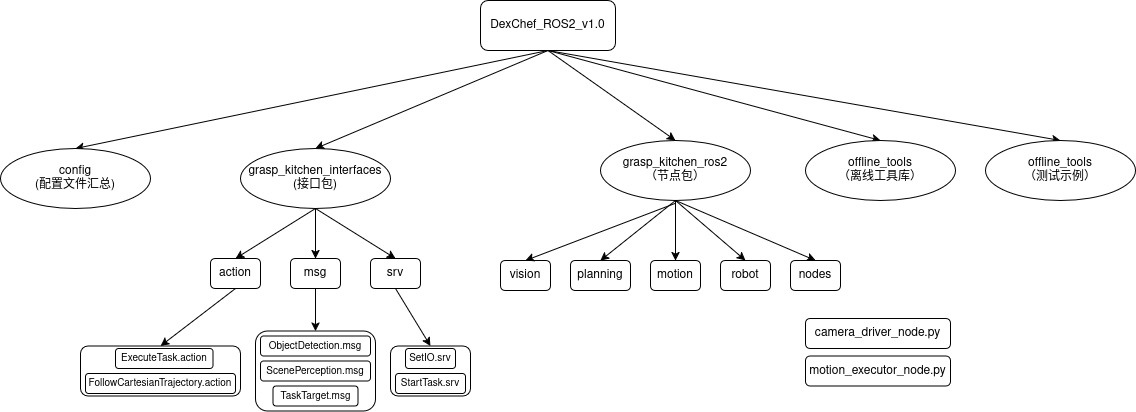
Above: DexChef.png in kim-os/dexchef_ros2 (draw.io), before the change. Source tidied: cells renumbered, new cells last; positions are measured from the earlier drawing's top-left corner, leaving out a move shared by most shapes.
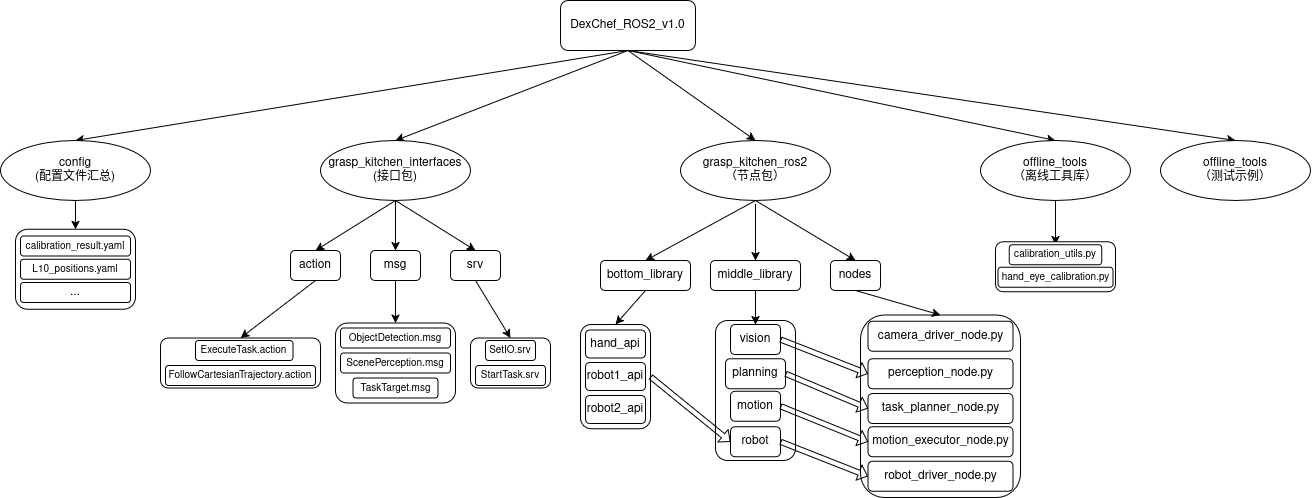
The same file after the commit.

What changed in the source:
```diff
@@ -2,6 +2,15 @@
   <root>
     <mxCell id="0" />
     <mxCell id="1" parent="0" />
+    <mxCell id="44" style="rounded=1;whiteSpace=wrap;html=1;" parent="1" vertex="1">
+      <mxGeometry x="500" y="332" width="70" height="104.2" as="geometry" />
+    </mxCell>
+    <mxCell id="45" style="rounded=1;whiteSpace=wrap;html=1;" parent="1" vertex="1">
+      <mxGeometry x="635" y="328" width="80" height="140" as="geometry" />
+    </mxCell>
+    <mxCell id="46" style="rounded=1;whiteSpace=wrap;html=1;" parent="1" vertex="1">
+      <mxGeometry x="780" y="322.5" width="160" height="182.5" as="geometry" />
+    </mxCell>
     <mxCell id="2" style="rounded=1;whiteSpace=wrap;html=1;" parent="1" vertex="1">
       <mxGeometry x="390" y="345.5" width="80" height="50" as="geometry" />
     </mxCell>
@@ -15,7 +24,7 @@
       <mxGeometry relative="1" as="geometry" />
     </mxCell>
     <mxCell id="6" value="DexChef_ROS2_v1.0" style="rounded=1;whiteSpace=wrap;html=1;" parent="1" vertex="1">
-      <mxGeometry x="480" width="135" height="50" as="geometry" />
+      <mxGeometry x="480" y="8" width="135" height="50" as="geometry" />
     </mxCell>
     <mxCell id="7" style="rounded=0;jettySize=auto;html=1;exitX=0.5;exitY=1;exitDx=0;exitDy=0;entryX=0.5;entryY=0;entryDx=0;entryDy=0;" parent="1" edge="1" source="8" target="12">
       <mxGeometry relative="1" as="geometry" />
@@ -26,8 +35,11 @@
     <mxCell id="9" style="rounded=0;jettySize=auto;html=1;exitX=0.5;exitY=1;exitDx=0;exitDy=0;entryX=0.5;entryY=0;entryDx=0;entryDy=0;" parent="1" edge="1" source="6" target="10">
       <mxGeometry relative="1" as="geometry" />
     </mxCell>
+    <mxCell id="47" style="rounded=0;jettySize=auto;html=1;exitX=0.5;exitY=1;exitDx=0;exitDy=0;entryX=0.5;entryY=0;entryDx=0;entryDy=0;" parent="1" edge="1" source="10" target="57">
+      <mxGeometry relative="1" as="geometry" />
+    </mxCell>
     <mxCell id="10" value="&lt;div&gt;grasp_kitchen_ros2&lt;/div&gt;（节点包）" style="ellipse;whiteSpace=wrap;html=1;" parent="1" vertex="1">
-      <mxGeometry x="600" y="140" width="150" height="60" as="geometry" />
+      <mxGeometry x="600" y="148" width="150" height="60" as="geometry" />
     </mxCell>
     <mxCell id="11" style="rounded=0;jettySize=auto;html=1;exitX=0.5;exitY=1;exitDx=0;exitDy=0;entryX=0.5;entryY=0;entryDx=0;entryDy=0;" parent="1" edge="1" source="12" target="4">
       <mxGeometry relative="1" as="geometry" />
@@ -77,58 +89,122 @@
     <mxCell id="26" style="rounded=0;jettySize=auto;html=1;exitX=0.5;exitY=1;exitDx=0;exitDy=0;entryX=0.5;entryY=0;entryDx=0;entryDy=0;" parent="1" edge="1" source="6" target="27">
       <mxGeometry relative="1" as="geometry" />
     </mxCell>
+    <mxCell id="48" style="rounded=0;jettySize=auto;html=1;exitX=0.5;exitY=1;exitDx=0;exitDy=0;entryX=0.5;entryY=0;entryDx=0;entryDy=0;" parent="1" edge="1" source="27" target="72">
+      <mxGeometry relative="1" as="geometry" />
+    </mxCell>
     <mxCell id="27" value="&lt;div&gt;offline_tools&lt;/div&gt;（离线工具库）" style="ellipse;whiteSpace=wrap;html=1;" parent="1" vertex="1">
-      <mxGeometry x="805" y="140" width="150" height="60" as="geometry" />
+      <mxGeometry x="900" y="148" width="150" height="60" as="geometry" />
     </mxCell>
     <mxCell id="28" style="rounded=0;jettySize=auto;html=1;exitX=0.5;exitY=1;exitDx=0;exitDy=0;entryX=0.5;entryY=0;entryDx=0;entryDy=0;" parent="1" edge="1" source="6" target="29">
       <mxGeometry relative="1" as="geometry" />
     </mxCell>
+    <mxCell id="49" style="rounded=0;jettySize=auto;html=1;exitX=0.5;exitY=1;exitDx=0;exitDy=0;entryX=0.5;entryY=0;entryDx=0;entryDy=0;" parent="1" edge="1" source="29" target="67">
+      <mxGeometry relative="1" as="geometry" />
+    </mxCell>
     <mxCell id="29" value="&lt;div&gt;config&lt;/div&gt;&lt;div&gt;(配置文件汇总)&lt;/div&gt;" style="ellipse;whiteSpace=wrap;html=1;" parent="1" vertex="1">
-      <mxGeometry y="148" width="150" height="60" as="geometry" />
+      <mxGeometry x="-80" y="148" width="150" height="60" as="geometry" />
     </mxCell>
     <mxCell id="30" style="rounded=0;jettySize=auto;html=1;exitX=0.5;exitY=1;exitDx=0;exitDy=0;entryX=0.5;entryY=0;entryDx=0;entryDy=0;" parent="1" edge="1" source="6" target="31">
       <mxGeometry relative="1" as="geometry" />
     </mxCell>
     <mxCell id="31" value="&lt;div&gt;offline_tools&lt;/div&gt;（测试示例）" style="ellipse;whiteSpace=wrap;html=1;" parent="1" vertex="1">
-      <mxGeometry x="985" y="140" width="150" height="60" as="geometry" />
+      <mxGeometry x="1080" y="148" width="150" height="60" as="geometry" />
     </mxCell>
     <mxCell id="32" value="vision" style="rounded=1;whiteSpace=wrap;html=1;" parent="1" vertex="1">
-      <mxGeometry x="500" y="260" width="50" height="30" as="geometry" />
+      <mxGeometry x="650" y="332" width="50" height="30" as="geometry" />
     </mxCell>
-    <mxCell id="33" style="rounded=0;jettySize=auto;html=1;exitX=0.5;exitY=1;exitDx=0;exitDy=0;entryX=0.5;entryY=0;entryDx=0;entryDy=0;" parent="1" edge="1" source="10" target="34">
-      <mxGeometry relative="1" as="geometry" />
-    </mxCell>
     <mxCell id="34" value="planning" style="rounded=1;whiteSpace=wrap;html=1;" parent="1" vertex="1">
-      <mxGeometry x="570" y="260" width="60" height="30" as="geometry" />
+      <mxGeometry x="645" y="366.2" width="60" height="30" as="geometry" />
     </mxCell>
-    <mxCell id="35" style="rounded=0;jettySize=auto;html=1;exitX=0.5;exitY=0;exitDx=0;exitDy=0;entryX=0.5;entryY=0;entryDx=0;entryDy=0;" parent="1" edge="1" target="36">
-      <mxGeometry relative="1" as="geometry">
-        <mxPoint x="675" y="200" as="sourcePoint" />
-      </mxGeometry>
-    </mxCell>
     <mxCell id="36" value="motion" style="rounded=1;whiteSpace=wrap;html=1;" parent="1" vertex="1">
-      <mxGeometry x="650" y="260" width="50" height="30" as="geometry" />
+      <mxGeometry x="650" y="398.8" width="50" height="30" as="geometry" />
     </mxCell>
-    <mxCell id="37" style="rounded=0;jettySize=auto;html=1;exitX=0.5;exitY=1;exitDx=0;exitDy=0;entryX=0.5;entryY=0;entryDx=0;entryDy=0;" parent="1" edge="1" source="10" target="38">
-      <mxGeometry relative="1" as="geometry" />
-    </mxCell>
     <mxCell id="38" value="robot" style="rounded=1;whiteSpace=wrap;html=1;" parent="1" vertex="1">
-      <mxGeometry x="720" y="260" width="50" height="30" as="geometry" />
+      <mxGeometry x="650" y="434.2" width="50" height="30" as="geometry" />
     </mxCell>
-    <mxCell id="39" style="rounded=0;jettySize=auto;html=1;exitX=0.5;exitY=1.046;exitDx=0;exitDy=0;entryX=0.5;entryY=0;entryDx=0;entryDy=0;exitPerimeter=0;" parent="1" edge="1" source="10" target="32">
-      <mxGeometry relative="1" as="geometry" />
-    </mxCell>
     <mxCell id="40" style="rounded=0;jettySize=auto;html=1;exitX=0.5;exitY=1;exitDx=0;exitDy=0;entryX=0.5;entryY=0;entryDx=0;entryDy=0;" parent="1" edge="1" source="10" target="41">
       <mxGeometry relative="1" as="geometry" />
     </mxCell>
+    <mxCell id="50" style="rounded=0;jettySize=auto;html=1;exitX=0.5;exitY=1;exitDx=0;exitDy=0;entryX=0.5;entryY=0;entryDx=0;entryDy=0;" parent="1" edge="1" source="41" target="46">
+      <mxGeometry relative="1" as="geometry" />
+    </mxCell>
     <mxCell id="41" value="nodes" style="rounded=1;whiteSpace=wrap;html=1;" parent="1" vertex="1">
-      <mxGeometry x="790" y="260" width="50" height="30" as="geometry" />
+      <mxGeometry x="750" y="268" width="50" height="30" as="geometry" />
     </mxCell>
     <mxCell id="42" value="camera_driver_node.py" style="rounded=1;whiteSpace=wrap;html=1;" parent="1" vertex="1">
-      <mxGeometry x="805" y="318" width="145" height="30" as="geometry" />
+      <mxGeometry x="787.5" y="328.8" width="145" height="30" as="geometry" />
     </mxCell>
     <mxCell id="43" value="motion_executor_node.py" style="rounded=1;whiteSpace=wrap;html=1;" parent="1" vertex="1">
-      <mxGeometry x="805" y="355.5" width="145" height="30" as="geometry" />
+      <mxGeometry x="787.5" y="434.2" width="145" height="30" as="geometry" />
     </mxCell>
+    <mxCell id="51" value="perception_node.py" style="rounded=1;whiteSpace=wrap;html=1;" parent="1" vertex="1">
+      <mxGeometry x="787.5" y="366.2" width="145" height="30" as="geometry" />
+    </mxCell>
+    <mxCell id="52" value="task_planner_node.py" style="rounded=1;whiteSpace=wrap;html=1;" parent="1" vertex="1">
+      <mxGeometry x="787.5" y="401" width="145" height="30" as="geometry" />
+    </mxCell>
+    <mxCell id="53" value="robot_driver_node.py" style="rounded=1;whiteSpace=wrap;html=1;" parent="1" vertex="1">
+      <mxGeometry x="787.5" y="468.8" width="145" height="30" as="geometry" />
+    </mxCell>
+    <mxCell id="54" style="rounded=0;jettySize=auto;html=1;exitX=0.5;exitY=1;exitDx=0;exitDy=0;entryX=0.5;entryY=0;entryDx=0;entryDy=0;" parent="1" edge="1" source="55" target="32">
+      <mxGeometry relative="1" as="geometry" />
+    </mxCell>
+    <mxCell id="55" value="middle_library" style="rounded=1;whiteSpace=wrap;html=1;" parent="1" vertex="1">
+      <mxGeometry x="630" y="268" width="90" height="30" as="geometry" />
+    </mxCell>
+    <mxCell id="56" style="rounded=0;jettySize=auto;html=1;exitX=0.5;exitY=1;exitDx=0;exitDy=0;entryX=0.5;entryY=0;entryDx=0;entryDy=0;" parent="1" edge="1" source="57" target="44">
+      <mxGeometry relative="1" as="geometry" />
+    </mxCell>
+    <mxCell id="57" value="bottom_library" style="rounded=1;whiteSpace=wrap;html=1;" parent="1" vertex="1">
+      <mxGeometry x="520" y="268" width="90" height="30" as="geometry" />
+    </mxCell>
+    <mxCell id="58" value="hand_api" style="rounded=1;whiteSpace=wrap;html=1;" parent="1" vertex="1">
+      <mxGeometry x="505" y="337.6" width="60" height="28" as="geometry" />
+    </mxCell>
+    <mxCell id="59" value="robot1_api" style="rounded=1;whiteSpace=wrap;html=1;" parent="1" vertex="1">
+      <mxGeometry x="505" y="370.1" width="60" height="28" as="geometry" />
+    </mxCell>
+    <mxCell id="60" value="robot2_api" style="rounded=1;whiteSpace=wrap;html=1;" parent="1" vertex="1">
+      <mxGeometry x="505" y="403.1" width="60" height="28" as="geometry" />
+    </mxCell>
+    <mxCell id="61" style="rounded=0;jettySize=auto;html=1;exitX=0.5;exitY=1.056;exitDx=0;exitDy=0;entryX=0.5;entryY=0;entryDx=0;entryDy=0;exitPerimeter=0;" parent="1" edge="1" source="10" target="55">
+      <mxGeometry relative="1" as="geometry" />
+    </mxCell>
+    <mxCell id="62" style="shape=flexArrow;endArrow=classic;html=1;rounded=0;width=5.238095238095238;endSize=2.7238095238095235;endWidth=9.886621315192743;exitX=1;exitY=0.5;exitDx=0;exitDy=0;entryX=0;entryY=0.5;entryDx=0;entryDy=0;" parent="1" edge="1" source="44" target="38">
+      <mxGeometry relative="1" as="geometry" />
+    </mxCell>
+    <mxCell id="63" style="shape=flexArrow;endArrow=classic;html=1;rounded=0;width=5.238095238095238;endSize=2.7238095238095235;endWidth=9.886621315192743;exitX=1;exitY=0.5;exitDx=0;exitDy=0;entryX=0;entryY=0.5;entryDx=0;entryDy=0;" parent="1" edge="1" source="32" target="51">
+      <mxGeometry relative="1" as="geometry" />
+    </mxCell>
+    <mxCell id="64" style="shape=flexArrow;endArrow=classic;html=1;rounded=0;width=5.238095238095238;endSize=2.7238095238095235;endWidth=9.886621315192743;exitX=1;exitY=0.5;exitDx=0;exitDy=0;entryX=0;entryY=0.5;entryDx=0;entryDy=0;" parent="1" edge="1" source="34" target="52">
+      <mxGeometry relative="1" as="geometry" />
+    </mxCell>
+    <mxCell id="65" style="shape=flexArrow;endArrow=classic;html=1;rounded=0;width=5.238095238095238;endSize=2.7238095238095235;endWidth=9.886621315192743;exitX=1;exitY=0.5;exitDx=0;exitDy=0;entryX=0;entryY=0.5;entryDx=0;entryDy=0;" parent="1" edge="1" source="36" target="43">
+      <mxGeometry relative="1" as="geometry" />
+    </mxCell>
+    <mxCell id="66" style="shape=flexArrow;endArrow=classic;html=1;rounded=0;width=5.238095238095238;endSize=2.7238095238095235;endWidth=9.886621315192743;exitX=1;exitY=0.5;exitDx=0;exitDy=0;entryX=0;entryY=0.5;entryDx=0;entryDy=0;" parent="1" edge="1" source="38" target="53">
+      <mxGeometry relative="1" as="geometry" />
+    </mxCell>
+    <mxCell id="67" style="rounded=1;whiteSpace=wrap;html=1;" parent="1" vertex="1">
+      <mxGeometry x="-65" y="236.8" width="120" height="80" as="geometry" />
+    </mxCell>
+    <mxCell id="68" value="&lt;font style=&quot;font-size: 10px;&quot;&gt;calibration_result.yaml&lt;/font&gt;" style="rounded=1;whiteSpace=wrap;html=1;" parent="1" vertex="1">
+      <mxGeometry x="-60" y="243.6" width="110" height="20" as="geometry" />
+    </mxCell>
+    <mxCell id="69" value="&lt;font style=&quot;font-size: 10px;&quot;&gt;L10_positions.yaml&lt;/font&gt;" style="rounded=1;whiteSpace=wrap;html=1;" parent="1" vertex="1">
+      <mxGeometry x="-60" y="266.7" width="110" height="20" as="geometry" />
+    </mxCell>
+    <mxCell id="70" value="..." style="rounded=1;whiteSpace=wrap;html=1;" parent="1" vertex="1">
+      <mxGeometry x="-60" y="290.1" width="110" height="20" as="geometry" />
+    </mxCell>
+    <mxCell id="71" style="rounded=1;whiteSpace=wrap;html=1;" parent="1" vertex="1">
+      <mxGeometry x="915" y="249.3" width="120" height="50" as="geometry" />
+    </mxCell>
+    <mxCell id="72" value="&lt;font style=&quot;font-size: 10px;&quot;&gt;calibration_utils.py&lt;/font&gt;" style="rounded=1;whiteSpace=wrap;html=1;" parent="1" vertex="1">
+      <mxGeometry x="928.8" y="252.2" width="92.5" height="20" as="geometry" />
+    </mxCell>
+    <mxCell id="73" value="&lt;font style=&quot;font-size: 10px;&quot;&gt;hand_eye_calibration.py&lt;/font&gt;" style="rounded=1;whiteSpace=wrap;html=1;" parent="1" vertex="1">
+      <mxGeometry x="917.5" y="274.8" width="115" height="20" as="geometry" />
+    </mxCell>
   </root>
 </mxGraphModel>
```
